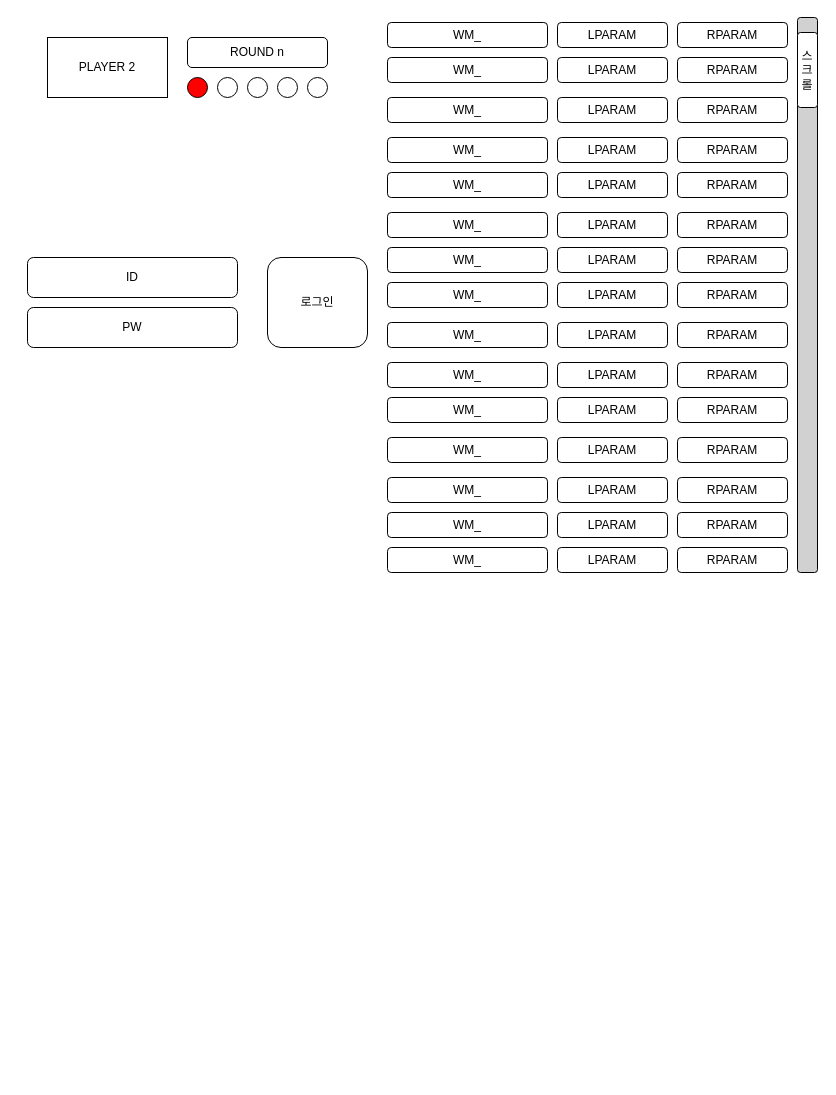
Above: page "degine_attack" (3 of 5) of Untitled Diagram.drawio in yuhan-os-security/Journaling_game (draw.io), before the change. Source tidied: cells renumbered, new cells numbered last; positions are measured from the earlier drawing's top-left corner, leaving out a move shared by most shapes. Both pictures are drawn from the tidied source at 100%, with x=0, y=0 at pixel (27, 17).
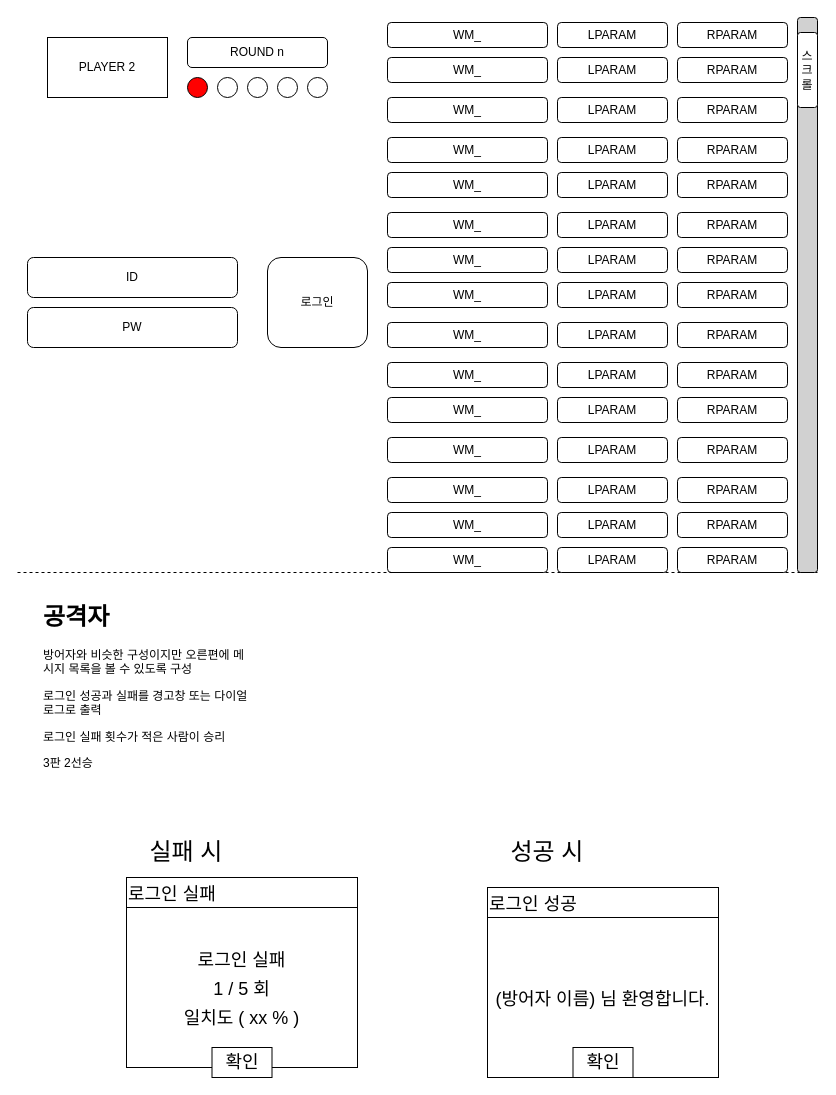
Above is the later version.

Change to the diagram source:
```diff
@@
+    <mxCell id="59" style="endArrow=none;dashed=1;html=1;rounded=0;" parent="1" edge="1">
+      <mxGeometry relative="1" as="geometry">
+        <mxPoint x="-10" y="555" as="sourcePoint" />
+        <mxPoint x="790" y="555" as="targetPoint" />
+      </mxGeometry>
+    </mxCell>
+    <mxCell id="60" value="실패 시" style="text;html=1;strokeColor=none;fillColor=none;align=center;verticalAlign=middle;whiteSpace=wrap;rounded=0;fontSize=24;" parent="1" vertex="1">
+      <mxGeometry x="99" y="820" width="120" height="30" as="geometry" />
+    </mxCell>
+    <mxCell id="61" value="성공 시" style="text;html=1;strokeColor=none;fillColor=none;align=center;verticalAlign=middle;whiteSpace=wrap;rounded=0;fontSize=24;" parent="1" vertex="1">
+      <mxGeometry x="460" y="820" width="120" height="30" as="geometry" />
+    </mxCell>
+    <mxCell id="62" value="&lt;font style=&quot;font-size: 18px&quot;&gt;로그인 실패&lt;/font&gt;" style="rounded=0;whiteSpace=wrap;html=1;fontSize=24;strokeColor=#000000;fillColor=#FFFFFF;align=left;" parent="1" vertex="1">
+      <mxGeometry x="99" y="860" width="231" height="30" as="geometry" />
+    </mxCell>
+    <mxCell id="63" value="&lt;font style=&quot;font-size: 18px&quot;&gt;로그인 실패&lt;br&gt;1 / 5 회&lt;br&gt;일치도 ( xx % )&lt;br&gt;&lt;/font&gt;" style="rounded=0;whiteSpace=wrap;html=1;fontSize=24;strokeColor=#000000;fillColor=#FFFFFF;align=center;" parent="1" vertex="1">
+      <mxGeometry x="99" y="890" width="231" height="160" as="geometry" />
+    </mxCell>
+    <mxCell id="64" value="&lt;font style=&quot;font-size: 18px&quot;&gt;로그인 성공&lt;/font&gt;" style="rounded=0;whiteSpace=wrap;html=1;fontSize=24;strokeColor=#000000;fillColor=#FFFFFF;align=left;" parent="1" vertex="1">
+      <mxGeometry x="460" y="870" width="231" height="30" as="geometry" />
+    </mxCell>
+    <mxCell id="65" value="&lt;font style=&quot;font-size: 18px&quot;&gt;(방어자 이름) 님 환영합니다.&lt;br&gt;&lt;/font&gt;" style="rounded=0;whiteSpace=wrap;html=1;fontSize=24;strokeColor=#000000;fillColor=#FFFFFF;align=center;" parent="1" vertex="1">
+      <mxGeometry x="460" y="900" width="231" height="160" as="geometry" />
+    </mxCell>
+    <mxCell id="66" value="&lt;h1&gt;공격자&lt;/h1&gt;&lt;p&gt;방어자와 비슷한 구성이지만 오른편에 메시지 목록을 볼 수 있도록 구성&lt;/p&gt;&lt;p&gt;로그인 성공과 실패를 경고창 또는 다이얼로그로 출력&lt;/p&gt;&lt;p&gt;로그인 실패 횟수가 적은 사람이 승리&lt;/p&gt;&lt;p&gt;3판 2선승&lt;/p&gt;" style="text;html=1;strokeColor=none;fillColor=none;spacing=5;spacingTop=-20;whiteSpace=wrap;overflow=hidden;rounded=0;" parent="1" vertex="1">
+      <mxGeometry x="11" y="580" width="220" height="190" as="geometry" />
+    </mxCell>
+    <mxCell id="67" value="확인" style="rounded=0;whiteSpace=wrap;html=1;fontSize=18;strokeColor=#000000;fillColor=#FFFFFF;" parent="1" vertex="1">
+      <mxGeometry x="184.5" y="1030" width="60" height="30" as="geometry" />
+    </mxCell>
+    <mxCell id="68" value="확인" style="rounded=0;whiteSpace=wrap;html=1;fontSize=18;strokeColor=#000000;fillColor=#FFFFFF;" parent="1" vertex="1">
+      <mxGeometry x="545.5" y="1030" width="60" height="30" as="geometry" />
+    </mxCell>
```
